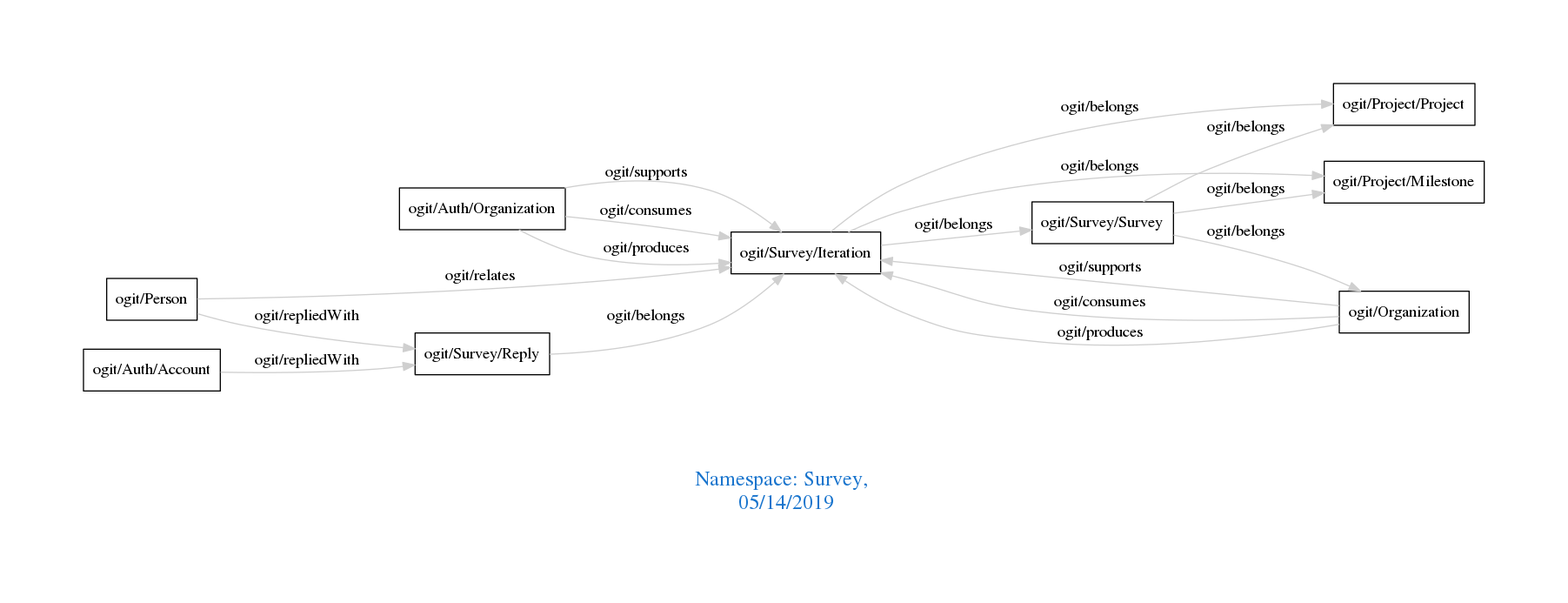
The Graphviz diagram downloads/Survey.png in arago/OGIT, before a commit. Its source is kept beside it as downloads/Survey.dot. Source of this version:
```dot
digraph OGIT_ontology {
 graph [ rankdir= LR,pad=1
fontsize = 18,
fontcolor= dodgerblue3,label = "\n\n\nNamespace: Survey, \n 05/14/2019"];
node[shape=polygon];
edge [  color="gray81"];

   "ogit/Auth/Organization" -> "ogit/Survey/Iteration" [label="   ogit/supports    "];
   "ogit/Organization" -> "ogit/Survey/Iteration" [label="   ogit/supports    "];
   "ogit/Auth/Organization" -> "ogit/Survey/Iteration" [label="   ogit/consumes    "];
   "ogit/Organization" -> "ogit/Survey/Iteration" [label="   ogit/consumes    "];
   "ogit/Auth/Organization" -> "ogit/Survey/Iteration" [label="   ogit/produces    "];
   "ogit/Organization" -> "ogit/Survey/Iteration" [label="   ogit/produces    "];
   "ogit/Survey/Iteration" -> "ogit/Project/Milestone" [label="   ogit/belongs    "];
   "ogit/Survey/Iteration" -> "ogit/Project/Project" [label="   ogit/belongs    "];
   "ogit/Survey/Iteration" -> "ogit/Survey/Survey" [label="   ogit/belongs    "];
   "ogit/Survey/Reply" -> "ogit/Survey/Iteration" [label="   ogit/belongs    "];
   "ogit/Survey/Survey" -> "ogit/Organization" [label="   ogit/belongs    "];
   "ogit/Survey/Survey" -> "ogit/Project/Milestone" [label="   ogit/belongs    "];
   "ogit/Survey/Survey" -> "ogit/Project/Project" [label="   ogit/belongs    "];
   "ogit/Auth/Account" -> "ogit/Survey/Reply" [label="   ogit/repliedWith    "];
   "ogit/Person" -> "ogit/Survey/Reply" [label="   ogit/repliedWith    "];
   "ogit/Person" -> "ogit/Survey/Iteration" [label="   ogit/relates    "];
}
```
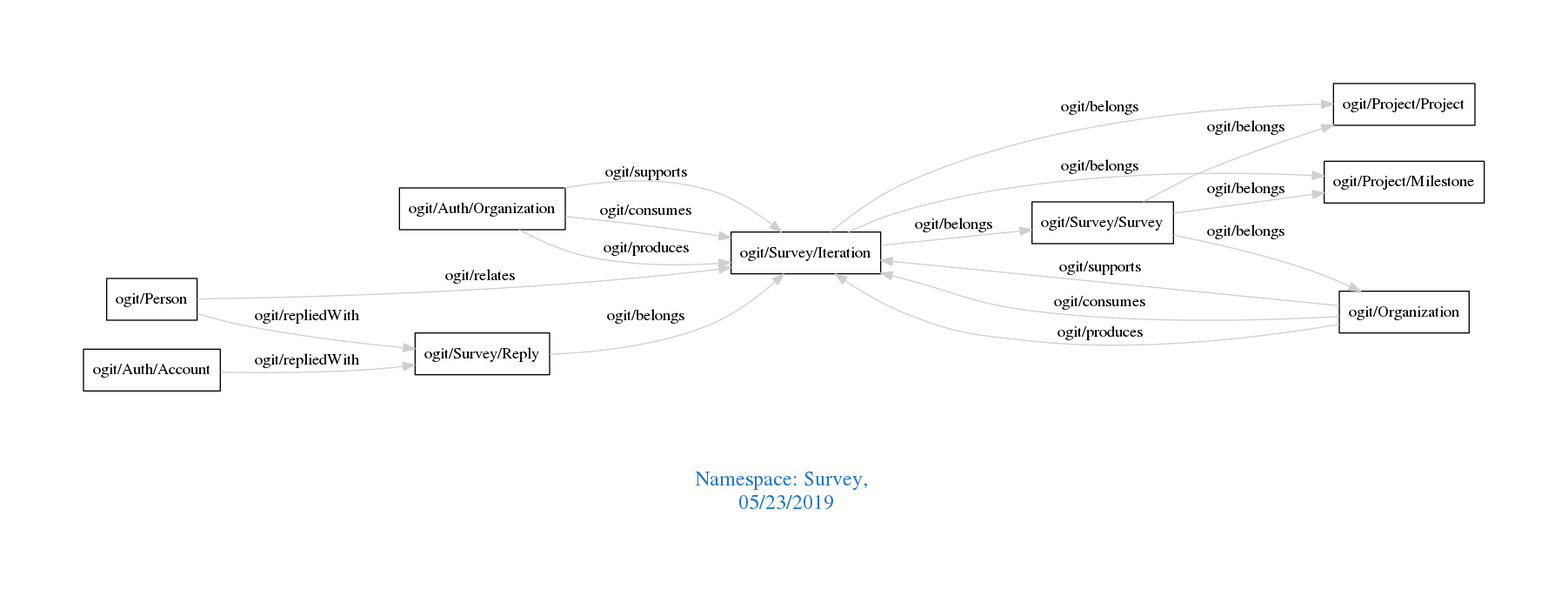
After the commit.

What changed in the source:
```diff
@@ -1,7 +1,7 @@
 digraph OGIT_ontology {
  graph [ rankdir= LR,pad=1
 fontsize = 18,
-fontcolor= dodgerblue3,label = "\n\n\nNamespace: Survey, \n 05/14/2019"];
+fontcolor= dodgerblue3,label = "\n\n\nNamespace: Survey, \n 05/23/2019"];
 node[shape=polygon];
 edge [  color="gray81"];
 
```
